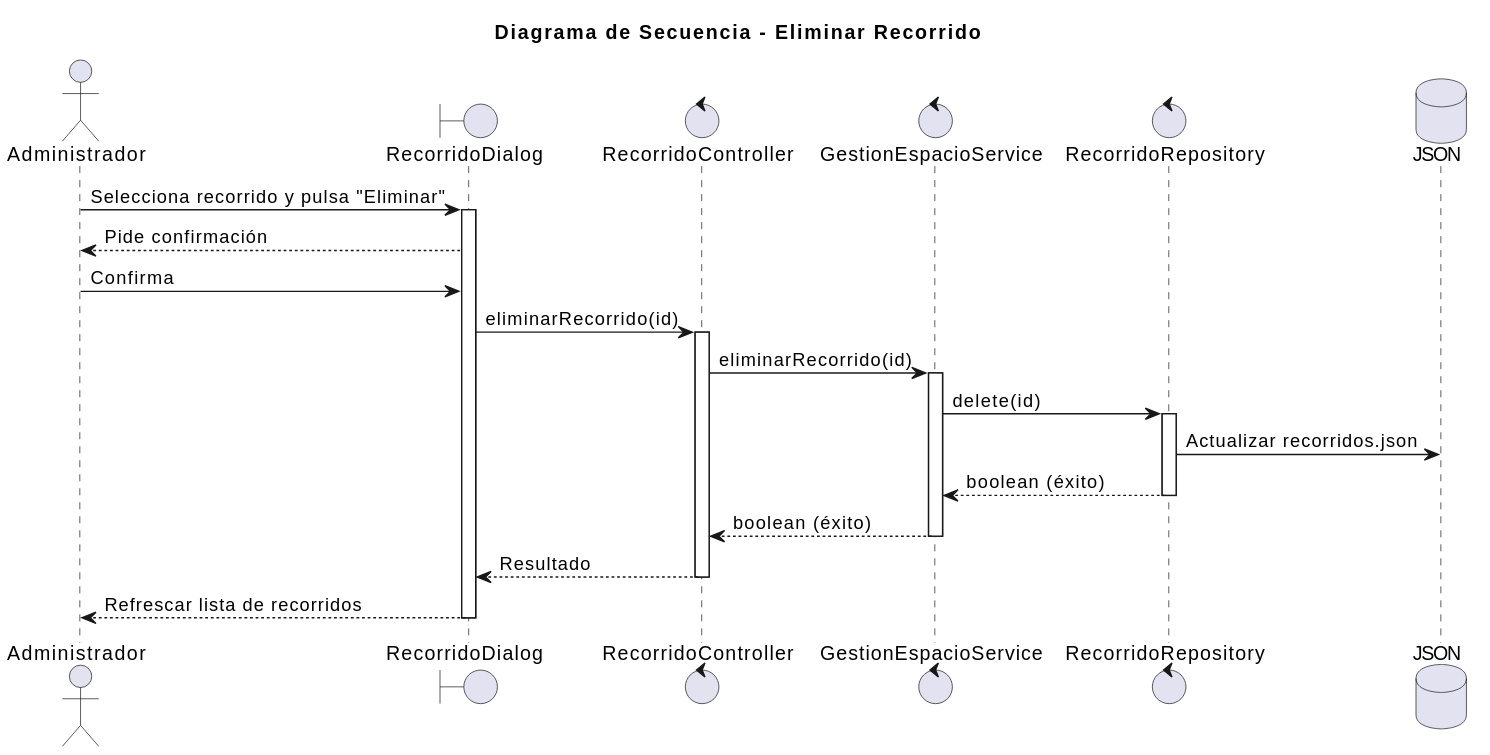
This is images/02-diseño/00-Administrador/eliminarRecorrido/eliminarRecorrido.svg from mmasias/25-26-idsw2-sdVC, a PlantUML export, as it was before one commit.
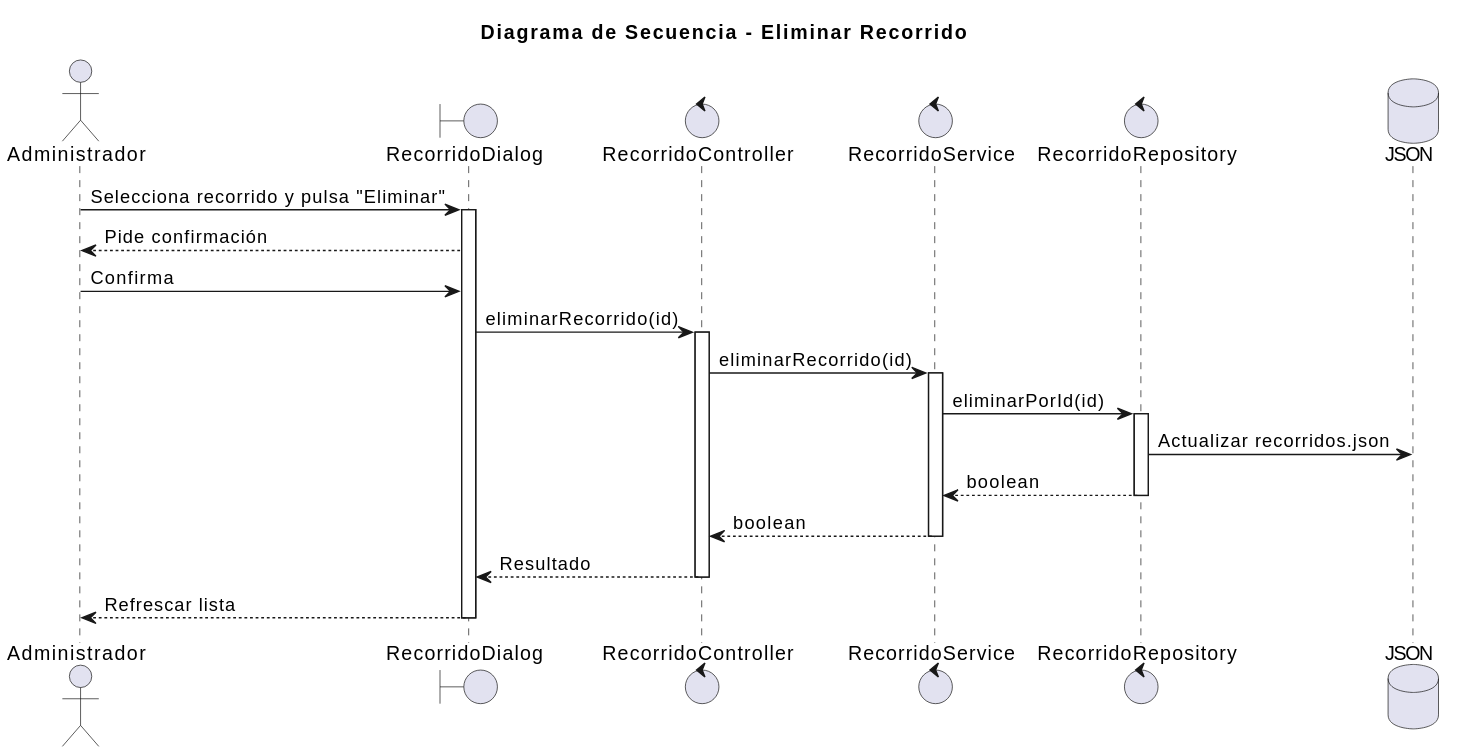
After the commit.

Diff of the diagram source:
```diff
@@ -4,7 +4,7 @@
 actor "Administrador" as admin
 boundary "RecorridoDialog" as view
 control "RecorridoController" as controller
-control "GestionEspacioService" as service
+control "RecorridoService" as service
 control "RecorridoRepository" as repository
 database "JSON" as db
 
@@ -16,15 +16,15 @@
 activate controller
 controller -> service: eliminarRecorrido(id)
 activate service
-service -> repository: delete(id)
+service -> repository: eliminarPorId(id)
 activate repository
 repository -> db: Actualizar recorridos.json
-repository --> service: boolean (éxito)
+repository --> service: boolean
 deactivate repository
-service --> controller: boolean (éxito)
+service --> controller: boolean
 deactivate service
 controller --> view: Resultado
 deactivate controller
-view --> admin: Refrescar lista de recorridos
+view --> admin: Refrescar lista
 deactivate view
 @enduml
```
